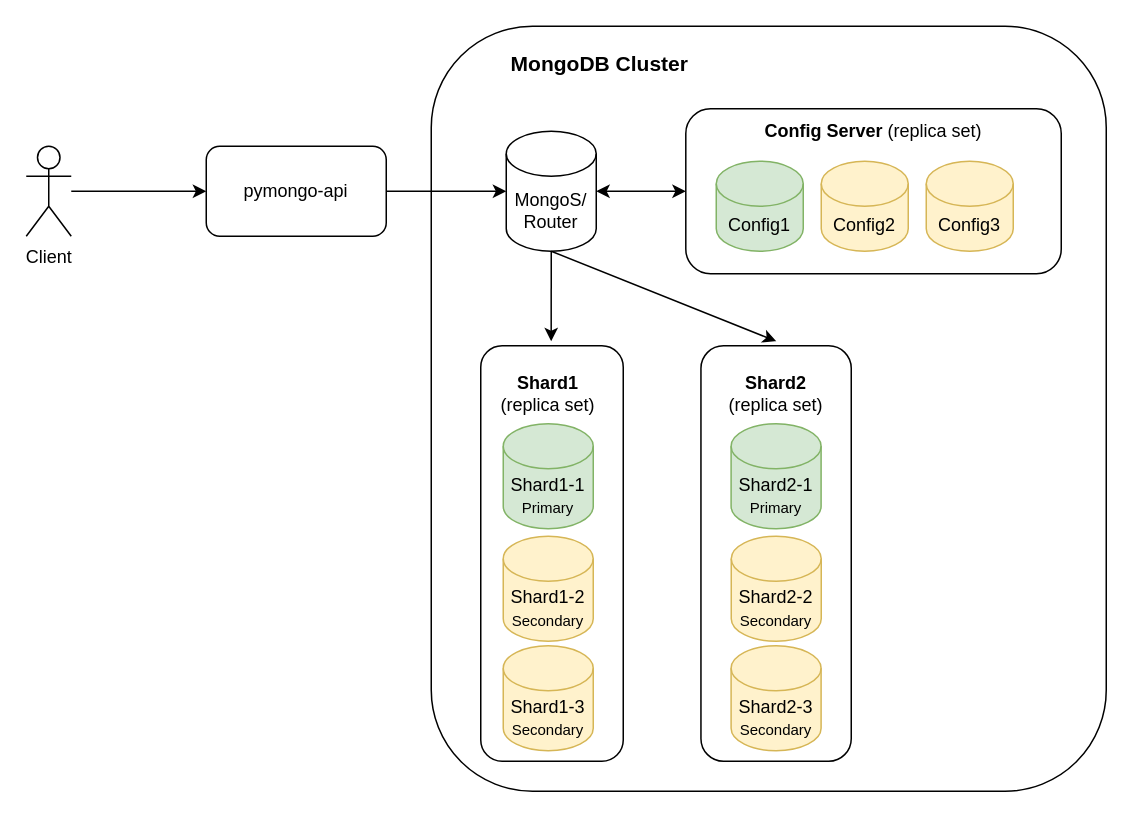
This is page "step-2" (3 of 4) of Task1-drawio/task1.drawio from afakhrieva/architecture-pro-black_friday, a draw.io file, before an edit. Source tidied: cells renumbered, new cells numbered last; positions are measured from the earlier drawing's top-left corner, leaving out a move shared by most shapes. Both pictures are drawn from the tidied source at 150%, with x=0, y=0 at pixel (26, 26).
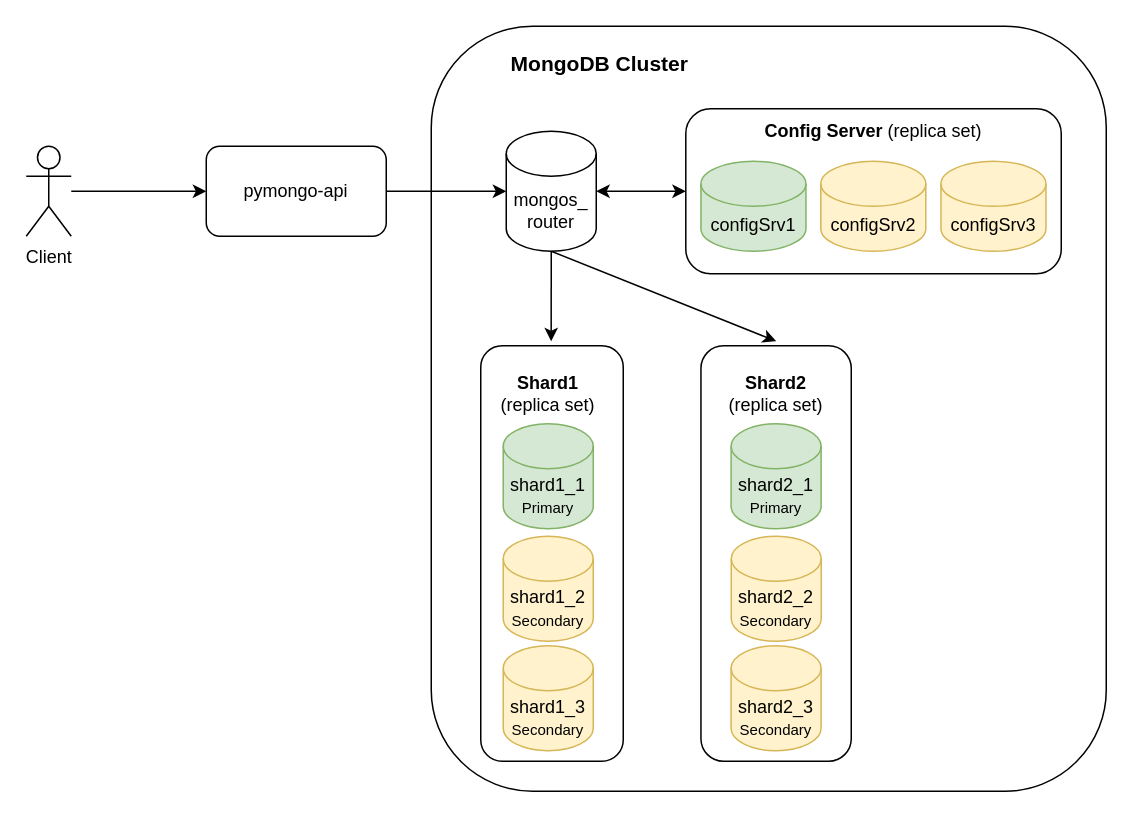
The same page after the edit.

What changed in the source:
```diff
@@
-    <mxCell id="10" value="MongoS/&lt;br&gt;Router" style="shape=cylinder3;whiteSpace=wrap;html=1;boundedLbl=1;backgroundOutline=1;size=15;" parent="1" vertex="1">
+    <mxCell id="10" value="mongos_&lt;br&gt;router" style="shape=cylinder3;whiteSpace=wrap;html=1;boundedLbl=1;backgroundOutline=1;size=15;" parent="1" vertex="1">
       <mxGeometry x="320" y="70" width="60" height="80" as="geometry" />
     </mxCell>
@@
-    <mxCell id="12" value="Shard1-1&lt;br&gt;&lt;font style=&quot;font-size: 10px;&quot;&gt;Primary&lt;/font&gt;" style="shape=cylinder3;whiteSpace=wrap;html=1;boundedLbl=1;backgroundOutline=1;size=15;fillColor=#d5e8d4;strokeColor=#82b366;" parent="1" vertex="1">
+    <mxCell id="12" value="shard1_1&lt;br&gt;&lt;font style=&quot;font-size: 10px;&quot;&gt;Primary&lt;/font&gt;" style="shape=cylinder3;whiteSpace=wrap;html=1;boundedLbl=1;backgroundOutline=1;size=15;fillColor=#d5e8d4;strokeColor=#82b366;" parent="1" vertex="1">
       <mxGeometry x="318" y="265" width="60" height="70" as="geometry" />
     </mxCell>
@@
-    <mxCell id="14" value="Shard1-2&lt;br&gt;&lt;font style=&quot;font-size: 10px;&quot;&gt;Secondary&lt;/font&gt;" style="shape=cylinder3;whiteSpace=wrap;html=1;boundedLbl=1;backgroundOutline=1;size=15;fillColor=#fff2cc;strokeColor=#d6b656;" parent="1" vertex="1">
+    <mxCell id="14" value="shard1_2&lt;br&gt;&lt;font style=&quot;font-size: 10px;&quot;&gt;Secondary&lt;/font&gt;" style="shape=cylinder3;whiteSpace=wrap;html=1;boundedLbl=1;backgroundOutline=1;size=15;fillColor=#fff2cc;strokeColor=#d6b656;" parent="1" vertex="1">
       <mxGeometry x="318" y="340" width="60" height="70" as="geometry" />
     </mxCell>
@@
-    <mxCell id="18" value="Shard1-3&lt;br&gt;&lt;font style=&quot;font-size: 10px;&quot;&gt;Secondary&lt;/font&gt;" style="shape=cylinder3;whiteSpace=wrap;html=1;boundedLbl=1;backgroundOutline=1;size=15;fillColor=#fff2cc;strokeColor=#d6b656;" parent="1" vertex="1">
+    <mxCell id="18" value="shard1_3&lt;br&gt;&lt;font style=&quot;font-size: 10px;&quot;&gt;Secondary&lt;/font&gt;" style="shape=cylinder3;whiteSpace=wrap;html=1;boundedLbl=1;backgroundOutline=1;size=15;fillColor=#fff2cc;strokeColor=#d6b656;" parent="1" vertex="1">
       <mxGeometry x="318" y="413" width="60" height="70" as="geometry" />
     </mxCell>
-    <mxCell id="19" value="Shard2-1&lt;br&gt;&lt;font style=&quot;font-size: 10px;&quot;&gt;Primary&lt;/font&gt;" style="shape=cylinder3;whiteSpace=wrap;html=1;boundedLbl=1;backgroundOutline=1;size=15;fillColor=#d5e8d4;strokeColor=#82b366;" parent="1" vertex="1">
+    <mxCell id="19" value="shard2_1&lt;br&gt;&lt;font style=&quot;font-size: 10px;&quot;&gt;Primary&lt;/font&gt;" style="shape=cylinder3;whiteSpace=wrap;html=1;boundedLbl=1;backgroundOutline=1;size=15;fillColor=#d5e8d4;strokeColor=#82b366;" parent="1" vertex="1">
       <mxGeometry x="469.9" y="265" width="60" height="70" as="geometry" />
     </mxCell>
-    <mxCell id="20" value="Shard2-2&lt;br&gt;&lt;font style=&quot;font-size: 10px;&quot;&gt;Secondary&lt;/font&gt;" style="shape=cylinder3;whiteSpace=wrap;html=1;boundedLbl=1;backgroundOutline=1;size=15;fillColor=#fff2cc;strokeColor=#d6b656;" parent="1" vertex="1">
+    <mxCell id="20" value="shard2_2&lt;br&gt;&lt;font style=&quot;font-size: 10px;&quot;&gt;Secondary&lt;/font&gt;" style="shape=cylinder3;whiteSpace=wrap;html=1;boundedLbl=1;backgroundOutline=1;size=15;fillColor=#fff2cc;strokeColor=#d6b656;" parent="1" vertex="1">
       <mxGeometry x="470" y="340" width="60" height="70" as="geometry" />
     </mxCell>
-    <mxCell id="21" value="Shard2-3&lt;br&gt;&lt;font style=&quot;font-size: 10px;&quot;&gt;Secondary&lt;/font&gt;" style="shape=cylinder3;whiteSpace=wrap;html=1;boundedLbl=1;backgroundOutline=1;size=15;fillColor=#fff2cc;strokeColor=#d6b656;" parent="1" vertex="1">
+    <mxCell id="21" value="shard2_3&lt;br&gt;&lt;font style=&quot;font-size: 10px;&quot;&gt;Secondary&lt;/font&gt;" style="shape=cylinder3;whiteSpace=wrap;html=1;boundedLbl=1;backgroundOutline=1;size=15;fillColor=#fff2cc;strokeColor=#d6b656;" parent="1" vertex="1">
       <mxGeometry x="469.9" y="413" width="60" height="70" as="geometry" />
     </mxCell>
@@
-    <mxCell id="23" value="Config1" style="shape=cylinder3;whiteSpace=wrap;html=1;boundedLbl=1;backgroundOutline=1;size=15;fillColor=#d5e8d4;strokeColor=#82b366;" parent="1" vertex="1">
-      <mxGeometry x="460" y="90" width="58" height="60" as="geometry" />
-    </mxCell>
-    <mxCell id="24" value="Config2" style="shape=cylinder3;whiteSpace=wrap;html=1;boundedLbl=1;backgroundOutline=1;size=15;fillColor=#fff2cc;strokeColor=#d6b656;" parent="1" vertex="1">
-      <mxGeometry x="530" y="90" width="58" height="60" as="geometry" />
-    </mxCell>
-    <mxCell id="25" value="Config3" style="shape=cylinder3;whiteSpace=wrap;html=1;boundedLbl=1;backgroundOutline=1;size=15;fillColor=#fff2cc;strokeColor=#d6b656;" parent="1" vertex="1">
-      <mxGeometry x="600" y="90" width="58" height="60" as="geometry" />
-    </mxCell>
@@
+    <mxCell id="27" value="configSrv1" style="shape=cylinder3;whiteSpace=wrap;html=1;boundedLbl=1;backgroundOutline=1;size=15;fillColor=#d5e8d4;strokeColor=#82b366;" parent="1" vertex="1">
+      <mxGeometry x="449.8" y="90" width="70" height="60" as="geometry" />
+    </mxCell>
+    <mxCell id="28" value="configSrv2" style="shape=cylinder3;whiteSpace=wrap;html=1;boundedLbl=1;backgroundOutline=1;size=15;fillColor=#fff2cc;strokeColor=#d6b656;" parent="1" vertex="1">
+      <mxGeometry x="529.7" y="90" width="70" height="60" as="geometry" />
+    </mxCell>
+    <mxCell id="29" value="configSrv3" style="shape=cylinder3;whiteSpace=wrap;html=1;boundedLbl=1;backgroundOutline=1;size=15;fillColor=#fff2cc;strokeColor=#d6b656;" parent="1" vertex="1">
+      <mxGeometry x="609.8" y="90" width="70" height="60" as="geometry" />
+    </mxCell>
```
